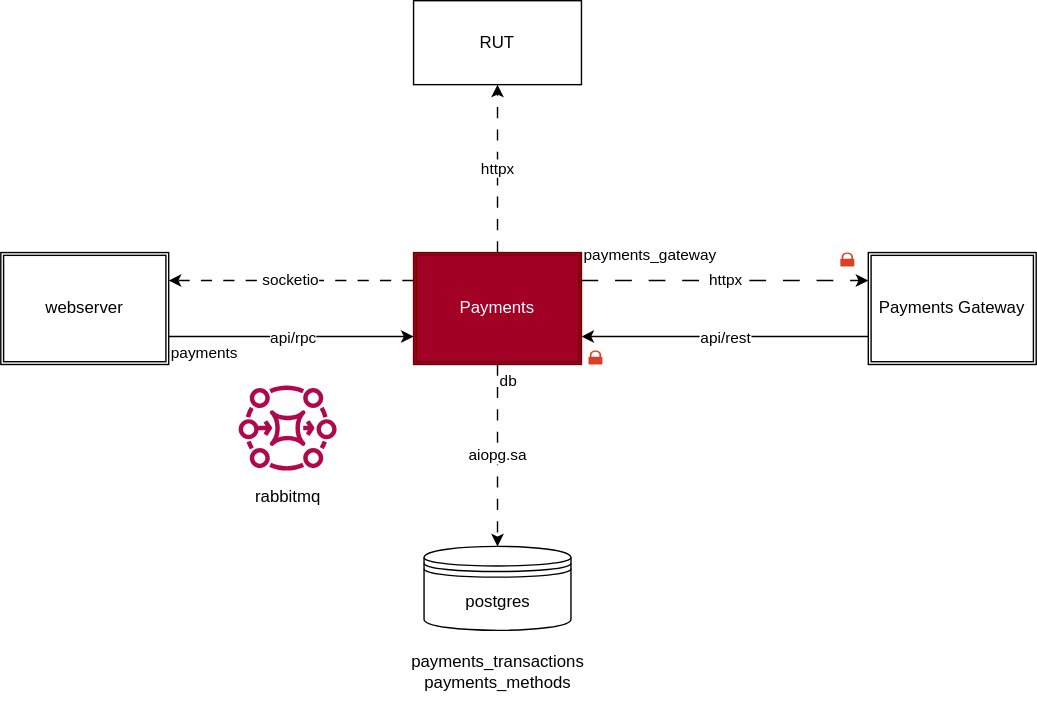
Above: services/payments/doc/payments.drawio.svg in ITISFoundation/osparc-simcore (draw.io), before the change. Source tidied: cells renumbered, new cells last; positions are measured from the earlier drawing's top-left corner, leaving out a move shared by most shapes.
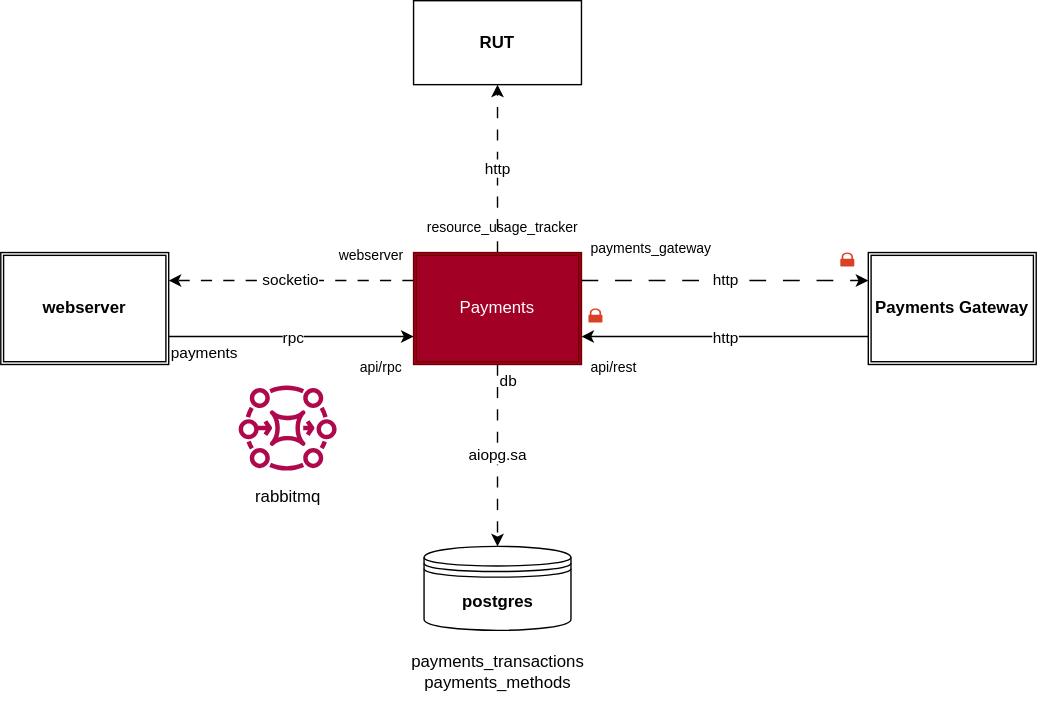
After the commit.

What changed in the source:
```diff
@@ -8,31 +8,31 @@
     <mxCell id="3" value="socketio" style="edgeStyle=none;html=1;dashed=1;dashPattern=8 8;endArrow=classic;endFill=1;entryX=1;entryY=0.25;entryDx=0;entryDy=0;exitX=0;exitY=0.25;exitDx=0;exitDy=0;" parent="1" edge="1" source="5" target="6">
       <mxGeometry relative="1" as="geometry" />
     </mxCell>
-    <mxCell id="4" value="httpx" style="edgeStyle=none;html=1;dashed=1;dashPattern=8 8;endArrow=classic;endFill=1;" parent="1" edge="1" source="5" target="19">
+    <mxCell id="4" value="http" style="edgeStyle=none;html=1;dashed=1;dashPattern=8 8;endArrow=classic;endFill=1;" parent="1" edge="1" source="5" target="19">
       <mxGeometry relative="1" as="geometry" />
     </mxCell>
     <mxCell id="5" value="Payments" style="shape=ext;double=1;rounded=0;whiteSpace=wrap;html=1;fillColor=#a20025;fontColor=#ffffff;strokeColor=#6F0000;" parent="1" vertex="1">
       <mxGeometry x="295" y="180" width="120" height="80" as="geometry" />
     </mxCell>
-    <mxCell id="6" value="webserver" style="shape=ext;double=1;rounded=0;whiteSpace=wrap;html=1;" parent="1" vertex="1">
+    <mxCell id="6" value="&lt;b&gt;webserver&lt;/b&gt;" style="shape=ext;double=1;rounded=0;whiteSpace=wrap;html=1;" parent="1" vertex="1">
       <mxGeometry y="180" width="120" height="80" as="geometry" />
     </mxCell>
     <mxCell id="7" style="endArrow=classic;html=1;exitX=1;exitY=0.75;exitDx=0;exitDy=0;entryX=0;entryY=0.75;entryDx=0;entryDy=0;" parent="1" edge="1" source="6" target="5">
       <mxGeometry relative="1" as="geometry" />
     </mxCell>
-    <mxCell id="8" value="api/rpc" style="edgeLabel;html=1;align=center;verticalAlign=middle;" parent="7" vertex="1">
+    <mxCell id="8" value="rpc" style="edgeLabel;html=1;align=center;verticalAlign=middle;" parent="7" vertex="1">
       <mxGeometry relative="1" as="geometry" />
     </mxCell>
-    <mxCell id="9" value="Payments Gateway" style="shape=ext;double=1;rounded=0;whiteSpace=wrap;html=1;" parent="1" vertex="1">
+    <mxCell id="9" value="&lt;b&gt;Payments Gateway&lt;/b&gt;" style="shape=ext;double=1;rounded=0;whiteSpace=wrap;html=1;" parent="1" vertex="1">
       <mxGeometry x="620" y="180" width="120" height="80" as="geometry" />
     </mxCell>
     <mxCell id="10" style="endArrow=classic;html=1;exitX=0;exitY=0.75;exitDx=0;exitDy=0;entryX=1;entryY=0.75;entryDx=0;entryDy=0;" parent="1" edge="1" source="9" target="5">
       <mxGeometry relative="1" as="geometry" />
     </mxCell>
-    <mxCell id="11" value="api/rest" style="edgeLabel;html=1;align=center;verticalAlign=middle;" parent="10" vertex="1">
+    <mxCell id="11" value="http" style="edgeLabel;html=1;align=center;verticalAlign=middle;" parent="10" vertex="1">
       <mxGeometry relative="1" as="geometry" />
     </mxCell>
-    <mxCell id="12" value="postgres" style="shape=datastore;whiteSpace=wrap;html=1;" parent="1" vertex="1">
+    <mxCell id="12" value="&lt;b&gt;postgres&lt;/b&gt;" style="shape=datastore;whiteSpace=wrap;html=1;" parent="1" vertex="1">
       <mxGeometry x="302.5" y="390" width="105" height="60" as="geometry" />
     </mxCell>
     <mxCell id="13" style="sketch=0;fontColor=#232F3E;gradientColor=none;fillColor=#B0084D;strokeColor=none;dashed=0;verticalLabelPosition=bottom;verticalAlign=top;align=center;html=1;fontSize=12;fontStyle=0;shape=mxgraph.aws4.mq_broker;" parent="1" vertex="1">
@@ -41,12 +41,12 @@
     <mxCell id="14" value="rabbitmq" style="text;html=1;align=center;verticalAlign=middle;strokeColor=none;fillColor=none;" parent="1" vertex="1">
       <mxGeometry x="170" y="340" width="70" height="30" as="geometry" />
     </mxCell>
-    <mxCell id="15" value="httpx" style="endArrow=classic;html=1;dashed=1;dashPattern=12 12;exitX=1;exitY=0.25;exitDx=0;exitDy=0;entryX=0;entryY=0.25;entryDx=0;entryDy=0;" parent="1" edge="1" source="5" target="9">
+    <mxCell id="15" value="http" style="endArrow=classic;html=1;dashed=1;dashPattern=12 12;exitX=1;exitY=0.25;exitDx=0;exitDy=0;entryX=0;entryY=0.25;entryDx=0;entryDy=0;" parent="1" edge="1" source="5" target="9">
       <mxGeometry relative="1" as="geometry" />
     </mxCell>
-    <mxCell id="16" value="payments_gateway" style="edgeLabel;html=1;align=left;verticalAlign=bottom;" parent="15" vertex="1">
+    <mxCell id="16" value="payments_gateway" style="edgeLabel;html=1;align=left;verticalAlign=bottom;fontSize=10;" parent="15" vertex="1">
       <mxGeometry x="-1" relative="1" as="geometry">
-        <mxPoint y="-10" as="offset" />
+        <mxPoint x="5" y="-15" as="offset" />
       </mxGeometry>
     </mxCell>
     <mxCell id="17" value="payments" style="edgeLabel;html=1;align=left;verticalAlign=bottom;" parent="1" vertex="1">
@@ -55,17 +55,29 @@
     <mxCell id="18" value="db" style="edgeLabel;html=1;align=left;verticalAlign=bottom;" parent="1" vertex="1">
       <mxGeometry x="355" y="280" as="geometry" />
     </mxCell>
-    <mxCell id="19" value="RUT" style="whiteSpace=wrap;html=1;rounded=0;" parent="1" vertex="1">
+    <mxCell id="19" value="&lt;b&gt;RUT&lt;/b&gt;" style="whiteSpace=wrap;html=1;rounded=0;" parent="1" vertex="1">
       <mxGeometry x="295" width="120" height="60" as="geometry" />
     </mxCell>
     <mxCell id="20" style="sketch=0;shadow=0;dashed=0;html=1;strokeColor=none;labelPosition=center;verticalLabelPosition=bottom;verticalAlign=top;align=center;shape=mxgraph.office.security.lock_protected;fillColor=#DA4026;fontSize=19;" parent="1" vertex="1">
       <mxGeometry x="600" y="180" width="10" height="10" as="geometry" />
     </mxCell>
     <mxCell id="21" style="sketch=0;shadow=0;dashed=0;html=1;strokeColor=none;labelPosition=center;verticalLabelPosition=bottom;verticalAlign=top;align=center;shape=mxgraph.office.security.lock_protected;fillColor=#DA4026;fontSize=19;" parent="1" vertex="1">
-      <mxGeometry x="420" y="250" width="10" height="10" as="geometry" />
+      <mxGeometry x="420" y="220" width="10" height="10" as="geometry" />
     </mxCell>
     <mxCell id="22" value="payments_transactions&lt;br&gt;payments_methods" style="text;html=1;align=center;verticalAlign=middle;strokeColor=none;fillColor=none;" parent="1" vertex="1">
       <mxGeometry x="280" y="460" width="150" height="40" as="geometry" />
     </mxCell>
+    <mxCell id="23" value="resource_usage_tracker" style="text;whiteSpace=wrap;html=1;fontSize=10;fontStyle=0;" parent="1" vertex="1">
+      <mxGeometry x="302.5" y="150" width="127.5" height="20" as="geometry" />
+    </mxCell>
+    <mxCell id="24" value="api/rpc" style="text;whiteSpace=wrap;html=1;fontSize=10;" parent="1" vertex="1">
+      <mxGeometry x="255" y="250" width="40" height="40" as="geometry" />
+    </mxCell>
+    <mxCell id="25" value="api/rest" style="text;whiteSpace=wrap;html=1;fontSize=10;" parent="1" vertex="1">
+      <mxGeometry x="420" y="250" width="40" height="40" as="geometry" />
+    </mxCell>
+    <mxCell id="26" value="webserver" style="text;whiteSpace=wrap;html=1;fontSize=10;" parent="1" vertex="1">
+      <mxGeometry x="240" y="170" width="40" height="40" as="geometry" />
+    </mxCell>
   </root>
 </mxGraphModel>
```
